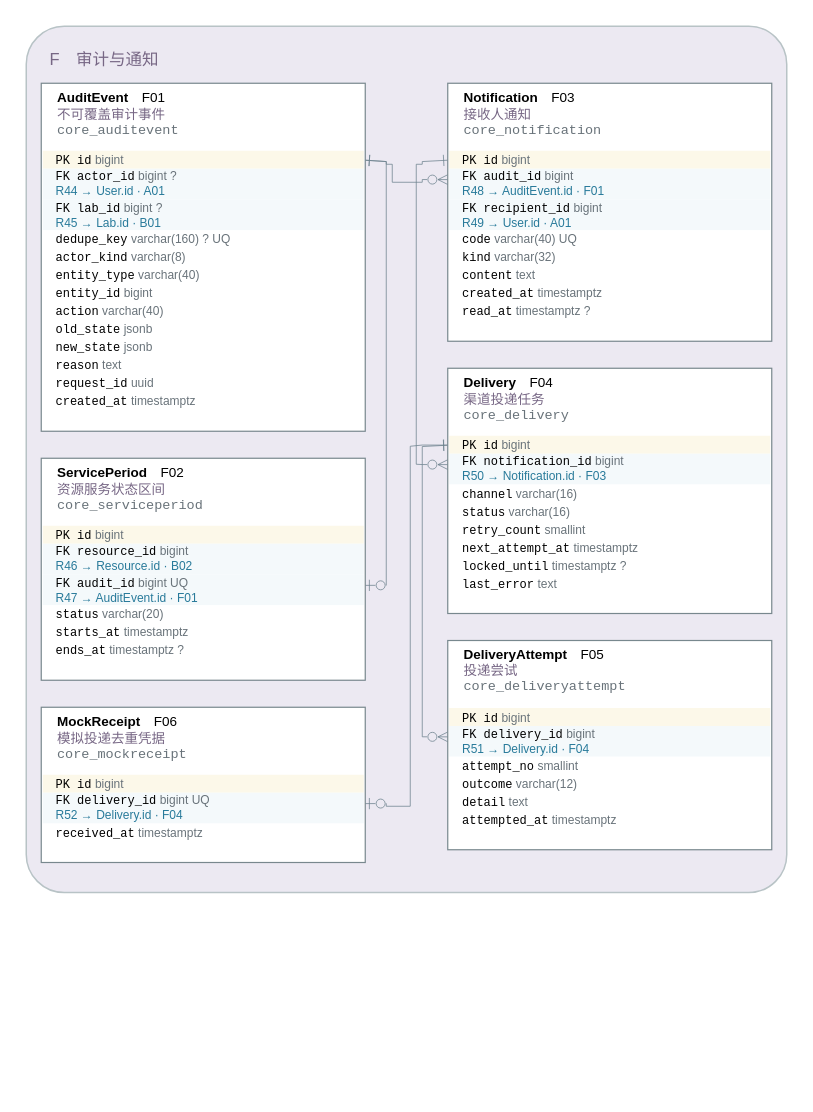
Above: models/图形源文件/图D-7-审计与通知ERD.drawio in yvming67-gif/campus-lab-equipment-manager (draw.io), before the change. Source tidied: cells renumbered, new cells numbered last; positions are measured from the earlier drawing's top-left corner, leaving out a move shared by most shapes. Both pictures are drawn from the tidied source at 150%, with x=0, y=0 at pixel (26, 26).
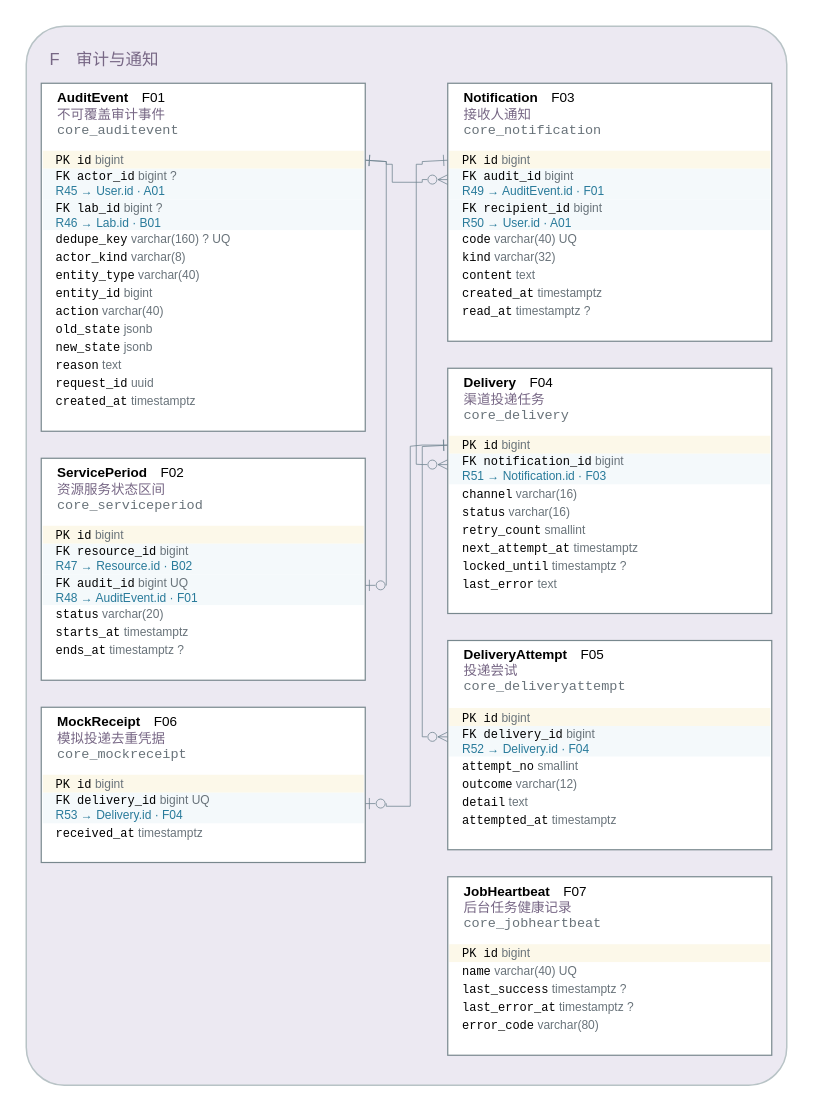
Above is the later version.

The change refers to these unchanged cells:
```xml
<mxCell id="6" style="rounded=0;fillColor=#ffffff;strokeColor=#78888e;strokeWidth=0.8;" parent="3" vertex="1">
  <mxGeometry x="10" y="38" width="216" height="232" as="geometry" />
</mxCell>
<mxCell id="8" value="&lt;font face='Consolas'&gt;PK id&lt;/font&gt; &lt;font color='#69737a'&gt;bigint&lt;/font&gt;" style="text;html=1;whiteSpace=wrap;fillColor=#fcf8e9;strokeColor=none;align=left;verticalAlign=middle;spacingLeft=7;fontSize=8;fontFamily=Microsoft YaHei;" parent="6" vertex="1">
  <mxGeometry x="1" y="45" width="214" height="12" as="geometry" />
</mxCell>
<mxCell id="21" style="rounded=0;fillColor=#ffffff;strokeColor=#78888e;strokeWidth=0.8;" parent="3" vertex="1">
  <mxGeometry x="10" y="288" width="216" height="148" as="geometry" />
</mxCell>
<mxCell id="29" style="rounded=0;fillColor=#ffffff;strokeColor=#78888e;strokeWidth=0.8;" parent="3" vertex="1">
  <mxGeometry x="10" y="454" width="216" height="103.5" as="geometry" />
</mxCell>
<mxCell id="34" style="rounded=0;fillColor=#ffffff;strokeColor=#78888e;strokeWidth=0.8;" parent="3" vertex="1">
  <mxGeometry x="281" y="38" width="216" height="172" as="geometry" />
</mxCell>
<mxCell id="36" value="&lt;font face='Consolas'&gt;PK id&lt;/font&gt; &lt;font color='#69737a'&gt;bigint&lt;/font&gt;" style="text;html=1;whiteSpace=wrap;fillColor=#fcf8e9;strokeColor=none;align=left;verticalAlign=middle;spacingLeft=7;fontSize=8;fontFamily=Microsoft YaHei;" parent="34" vertex="1">
  <mxGeometry x="1" y="45" width="214" height="12" as="geometry" />
</mxCell>
<mxCell id="44" style="rounded=0;fillColor=#ffffff;strokeColor=#78888e;strokeWidth=0.8;" parent="3" vertex="1">
  <mxGeometry x="281" y="228" width="216" height="163.5" as="geometry" />
</mxCell>
<mxCell id="46" value="&lt;font face='Consolas'&gt;PK id&lt;/font&gt; &lt;font color='#69737a'&gt;bigint&lt;/font&gt;" style="text;html=1;whiteSpace=wrap;fillColor=#fcf8e9;strokeColor=none;align=left;verticalAlign=middle;spacingLeft=7;fontSize=8;fontFamily=Microsoft YaHei;" parent="44" vertex="1">
  <mxGeometry x="1" y="45" width="214" height="12" as="geometry" />
</mxCell>
<mxCell id="54" style="rounded=0;fillColor=#ffffff;strokeColor=#78888e;strokeWidth=0.8;" parent="3" vertex="1">
  <mxGeometry x="281" y="409.5" width="216" height="139.5" as="geometry" />
</mxCell>
```

Change to the diagram source:
```diff
@@
     <mxCell id="5" value="F　审计与通知" style="rounded=1;arcSize=5;whiteSpace=wrap;html=1;fillColor=#ece9f2;strokeColor=#b8c3c6;align=left;verticalAlign=top;spacingTop=9;spacingLeft=14;fontFamily=Microsoft YaHei;fontSize=11;fontColor=#776785;dashed=0;" parent="1" vertex="1">
-      <mxGeometry width="507" height="577.5" as="geometry" />
+      <mxGeometry width="507" height="706" as="geometry" />
     </mxCell>
@@
-    <mxCell id="9" value="&lt;font face='Consolas'&gt;FK actor_id&lt;/font&gt; &lt;font color='#69737a'&gt;bigint ?&lt;/font&gt;&lt;br/&gt;&lt;font color='#287a9a'&gt;R44 → User.id · A01&lt;/font&gt;" style="text;html=1;whiteSpace=wrap;fillColor=#f4f9fb;strokeColor=none;align=left;verticalAlign=middle;spacingLeft=7;fontSize=8;fontFamily=Microsoft YaHei;" parent="6" vertex="1">
+    <mxCell id="9" value="&lt;font face='Consolas'&gt;FK actor_id&lt;/font&gt; &lt;font color='#69737a'&gt;bigint ?&lt;/font&gt;&lt;br/&gt;&lt;font color='#287a9a'&gt;R45 → User.id · A01&lt;/font&gt;" style="text;html=1;whiteSpace=wrap;fillColor=#f4f9fb;strokeColor=none;align=left;verticalAlign=middle;spacingLeft=7;fontSize=8;fontFamily=Microsoft YaHei;" parent="6" vertex="1">
       <mxGeometry x="1" y="57" width="214" height="20.5" as="geometry" />
     </mxCell>
-    <mxCell id="10" value="&lt;font face='Consolas'&gt;FK lab_id&lt;/font&gt; &lt;font color='#69737a'&gt;bigint ?&lt;/font&gt;&lt;br/&gt;&lt;font color='#287a9a'&gt;R45 → Lab.id · B01&lt;/font&gt;" style="text;html=1;whiteSpace=wrap;fillColor=#f4f9fb;strokeColor=none;align=left;verticalAlign=middle;spacingLeft=7;fontSize=8;fontFamily=Microsoft YaHei;" parent="6" vertex="1">
+    <mxCell id="10" value="&lt;font face='Consolas'&gt;FK lab_id&lt;/font&gt; &lt;font color='#69737a'&gt;bigint ?&lt;/font&gt;&lt;br/&gt;&lt;font color='#287a9a'&gt;R46 → Lab.id · B01&lt;/font&gt;" style="text;html=1;whiteSpace=wrap;fillColor=#f4f9fb;strokeColor=none;align=left;verticalAlign=middle;spacingLeft=7;fontSize=8;fontFamily=Microsoft YaHei;" parent="6" vertex="1">
       <mxGeometry x="1" y="77.5" width="214" height="20.5" as="geometry" />
     </mxCell>
@@
-    <mxCell id="24" value="&lt;font face='Consolas'&gt;FK resource_id&lt;/font&gt; &lt;font color='#69737a'&gt;bigint&lt;/font&gt;&lt;br/&gt;&lt;font color='#287a9a'&gt;R46 → Resource.id · B02&lt;/font&gt;" style="text;html=1;whiteSpace=wrap;fillColor=#f4f9fb;strokeColor=none;align=left;verticalAlign=middle;spacingLeft=7;fontSize=8;fontFamily=Microsoft YaHei;" parent="21" vertex="1">
+    <mxCell id="24" value="&lt;font face='Consolas'&gt;FK resource_id&lt;/font&gt; &lt;font color='#69737a'&gt;bigint&lt;/font&gt;&lt;br/&gt;&lt;font color='#287a9a'&gt;R47 → Resource.id · B02&lt;/font&gt;" style="text;html=1;whiteSpace=wrap;fillColor=#f4f9fb;strokeColor=none;align=left;verticalAlign=middle;spacingLeft=7;fontSize=8;fontFamily=Microsoft YaHei;" parent="21" vertex="1">
       <mxGeometry x="1" y="57" width="214" height="20.5" as="geometry" />
     </mxCell>
-    <mxCell id="25" value="&lt;font face='Consolas'&gt;FK audit_id&lt;/font&gt; &lt;font color='#69737a'&gt;bigint UQ&lt;/font&gt;&lt;br/&gt;&lt;font color='#287a9a'&gt;R47 → AuditEvent.id · F01&lt;/font&gt;" style="text;html=1;whiteSpace=wrap;fillColor=#f4f9fb;strokeColor=none;align=left;verticalAlign=middle;spacingLeft=7;fontSize=8;fontFamily=Microsoft YaHei;" parent="21" vertex="1">
+    <mxCell id="25" value="&lt;font face='Consolas'&gt;FK audit_id&lt;/font&gt; &lt;font color='#69737a'&gt;bigint UQ&lt;/font&gt;&lt;br/&gt;&lt;font color='#287a9a'&gt;R48 → AuditEvent.id · F01&lt;/font&gt;" style="text;html=1;whiteSpace=wrap;fillColor=#f4f9fb;strokeColor=none;align=left;verticalAlign=middle;spacingLeft=7;fontSize=8;fontFamily=Microsoft YaHei;" parent="21" vertex="1">
       <mxGeometry x="1" y="77.5" width="214" height="20.5" as="geometry" />
     </mxCell>
@@
-    <mxCell id="32" value="&lt;font face='Consolas'&gt;FK delivery_id&lt;/font&gt; &lt;font color='#69737a'&gt;bigint UQ&lt;/font&gt;&lt;br/&gt;&lt;font color='#287a9a'&gt;R52 → Delivery.id · F04&lt;/font&gt;" style="text;html=1;whiteSpace=wrap;fillColor=#f4f9fb;strokeColor=none;align=left;verticalAlign=middle;spacingLeft=7;fontSize=8;fontFamily=Microsoft YaHei;" parent="29" vertex="1">
+    <mxCell id="32" value="&lt;font face='Consolas'&gt;FK delivery_id&lt;/font&gt; &lt;font color='#69737a'&gt;bigint UQ&lt;/font&gt;&lt;br/&gt;&lt;font color='#287a9a'&gt;R53 → Delivery.id · F04&lt;/font&gt;" style="text;html=1;whiteSpace=wrap;fillColor=#f4f9fb;strokeColor=none;align=left;verticalAlign=middle;spacingLeft=7;fontSize=8;fontFamily=Microsoft YaHei;" parent="29" vertex="1">
       <mxGeometry x="1" y="57" width="214" height="20.5" as="geometry" />
     </mxCell>
@@
-    <mxCell id="37" value="&lt;font face='Consolas'&gt;FK audit_id&lt;/font&gt; &lt;font color='#69737a'&gt;bigint&lt;/font&gt;&lt;br/&gt;&lt;font color='#287a9a'&gt;R48 → AuditEvent.id · F01&lt;/font&gt;" style="text;html=1;whiteSpace=wrap;fillColor=#f4f9fb;strokeColor=none;align=left;verticalAlign=middle;spacingLeft=7;fontSize=8;fontFamily=Microsoft YaHei;" parent="34" vertex="1">
+    <mxCell id="37" value="&lt;font face='Consolas'&gt;FK audit_id&lt;/font&gt; &lt;font color='#69737a'&gt;bigint&lt;/font&gt;&lt;br/&gt;&lt;font color='#287a9a'&gt;R49 → AuditEvent.id · F01&lt;/font&gt;" style="text;html=1;whiteSpace=wrap;fillColor=#f4f9fb;strokeColor=none;align=left;verticalAlign=middle;spacingLeft=7;fontSize=8;fontFamily=Microsoft YaHei;" parent="34" vertex="1">
       <mxGeometry x="1" y="57" width="214" height="20.5" as="geometry" />
     </mxCell>
-    <mxCell id="38" value="&lt;font face='Consolas'&gt;FK recipient_id&lt;/font&gt; &lt;font color='#69737a'&gt;bigint&lt;/font&gt;&lt;br/&gt;&lt;font color='#287a9a'&gt;R49 → User.id · A01&lt;/font&gt;" style="text;html=1;whiteSpace=wrap;fillColor=#f4f9fb;strokeColor=none;align=left;verticalAlign=middle;spacingLeft=7;fontSize=8;fontFamily=Microsoft YaHei;" parent="34" vertex="1">
+    <mxCell id="38" value="&lt;font face='Consolas'&gt;FK recipient_id&lt;/font&gt; &lt;font color='#69737a'&gt;bigint&lt;/font&gt;&lt;br/&gt;&lt;font color='#287a9a'&gt;R50 → User.id · A01&lt;/font&gt;" style="text;html=1;whiteSpace=wrap;fillColor=#f4f9fb;strokeColor=none;align=left;verticalAlign=middle;spacingLeft=7;fontSize=8;fontFamily=Microsoft YaHei;" parent="34" vertex="1">
       <mxGeometry x="1" y="77.5" width="214" height="20.5" as="geometry" />
     </mxCell>
@@
-    <mxCell id="47" value="&lt;font face='Consolas'&gt;FK notification_id&lt;/font&gt; &lt;font color='#69737a'&gt;bigint&lt;/font&gt;&lt;br/&gt;&lt;font color='#287a9a'&gt;R50 → Notification.id · F03&lt;/font&gt;" style="text;html=1;whiteSpace=wrap;fillColor=#f4f9fb;strokeColor=none;align=left;verticalAlign=middle;spacingLeft=7;fontSize=8;fontFamily=Microsoft YaHei;" parent="44" vertex="1">
+    <mxCell id="47" value="&lt;font face='Consolas'&gt;FK notification_id&lt;/font&gt; &lt;font color='#69737a'&gt;bigint&lt;/font&gt;&lt;br/&gt;&lt;font color='#287a9a'&gt;R51 → Notification.id · F03&lt;/font&gt;" style="text;html=1;whiteSpace=wrap;fillColor=#f4f9fb;strokeColor=none;align=left;verticalAlign=middle;spacingLeft=7;fontSize=8;fontFamily=Microsoft YaHei;" parent="44" vertex="1">
       <mxGeometry x="1" y="57" width="214" height="20.5" as="geometry" />
     </mxCell>
@@
-    <mxCell id="57" value="&lt;font face='Consolas'&gt;FK delivery_id&lt;/font&gt; &lt;font color='#69737a'&gt;bigint&lt;/font&gt;&lt;br/&gt;&lt;font color='#287a9a'&gt;R51 → Delivery.id · F04&lt;/font&gt;" style="text;html=1;whiteSpace=wrap;fillColor=#f4f9fb;strokeColor=none;align=left;verticalAlign=middle;spacingLeft=7;fontSize=8;fontFamily=Microsoft YaHei;" parent="54" vertex="1">
+    <mxCell id="57" value="&lt;font face='Consolas'&gt;FK delivery_id&lt;/font&gt; &lt;font color='#69737a'&gt;bigint&lt;/font&gt;&lt;br/&gt;&lt;font color='#287a9a'&gt;R52 → Delivery.id · F04&lt;/font&gt;" style="text;html=1;whiteSpace=wrap;fillColor=#f4f9fb;strokeColor=none;align=left;verticalAlign=middle;spacingLeft=7;fontSize=8;fontFamily=Microsoft YaHei;" parent="54" vertex="1">
       <mxGeometry x="1" y="57" width="214" height="20.5" as="geometry" />
     </mxCell>
@@
+    <mxCell id="67" style="rounded=0;fillColor=#ffffff;strokeColor=#78888e;strokeWidth=0.8;" parent="3" vertex="1">
+      <mxGeometry x="281" y="567" width="216" height="119" as="geometry" />
+    </mxCell>
+    <mxCell id="68" value="&lt;b&gt;JobHeartbeat&lt;/b&gt;　F07&lt;br/&gt;&lt;font color='#776785'&gt;后台任务健康记录&lt;/font&gt;&lt;br/&gt;&lt;font color='#69737a' face='Consolas'&gt;core_jobheartbeat&lt;/font&gt;" style="text;html=1;whiteSpace=wrap;fillColor=none;strokeColor=none;align=left;verticalAlign=middle;spacingLeft=9;fontSize=9;fontFamily=Microsoft YaHei;" parent="67" vertex="1">
+      <mxGeometry width="216" height="41" as="geometry" />
+    </mxCell>
+    <mxCell id="69" value="&lt;font face='Consolas'&gt;PK id&lt;/font&gt; &lt;font color='#69737a'&gt;bigint&lt;/font&gt;" style="text;html=1;whiteSpace=wrap;fillColor=#fcf8e9;strokeColor=none;align=left;verticalAlign=middle;spacingLeft=7;fontSize=8;fontFamily=Microsoft YaHei;" parent="67" vertex="1">
+      <mxGeometry x="1" y="45" width="214" height="12" as="geometry" />
+    </mxCell>
+    <mxCell id="70" value="&lt;font face='Consolas'&gt;name&lt;/font&gt; &lt;font color='#69737a'&gt;varchar(40) UQ&lt;/font&gt;" style="text;html=1;whiteSpace=wrap;fillColor=#ffffff;strokeColor=none;align=left;verticalAlign=middle;spacingLeft=7;fontSize=8;fontFamily=Microsoft YaHei;" parent="67" vertex="1">
+      <mxGeometry x="1" y="57" width="214" height="12" as="geometry" />
+    </mxCell>
+    <mxCell id="71" value="&lt;font face='Consolas'&gt;last_success&lt;/font&gt; &lt;font color='#69737a'&gt;timestamptz ?&lt;/font&gt;" style="text;html=1;whiteSpace=wrap;fillColor=#ffffff;strokeColor=none;align=left;verticalAlign=middle;spacingLeft=7;fontSize=8;fontFamily=Microsoft YaHei;" parent="67" vertex="1">
+      <mxGeometry x="1" y="69" width="214" height="12" as="geometry" />
+    </mxCell>
+    <mxCell id="72" value="&lt;font face='Consolas'&gt;last_error_at&lt;/font&gt; &lt;font color='#69737a'&gt;timestamptz ?&lt;/font&gt;" style="text;html=1;whiteSpace=wrap;fillColor=#ffffff;strokeColor=none;align=left;verticalAlign=middle;spacingLeft=7;fontSize=8;fontFamily=Microsoft YaHei;" parent="67" vertex="1">
+      <mxGeometry x="1" y="81" width="214" height="12" as="geometry" />
+    </mxCell>
+    <mxCell id="73" value="&lt;font face='Consolas'&gt;error_code&lt;/font&gt; &lt;font color='#69737a'&gt;varchar(80)&lt;/font&gt;" style="text;html=1;whiteSpace=wrap;fillColor=#ffffff;strokeColor=none;align=left;verticalAlign=middle;spacingLeft=7;fontSize=8;fontFamily=Microsoft YaHei;" parent="67" vertex="1">
+      <mxGeometry x="1" y="93" width="214" height="12" as="geometry" />
+    </mxCell>
+    <mxCell id="66" style="edgeStyle=orthogonalEdgeStyle;rounded=0;html=1;strokeWidth=0.5;strokeColor=#6b818c;startArrow=ERzeroToMany;endArrow=ERone;startFill=0;endFill=0;exitX=0;exitY=0.3531707317073171;exitDx=0;exitDy=0;entryX=0;entryY=0.52;entryDx=0;entryDy=0;dashed=0;" parent="2" edge="1" source="57" target="46">
+      <mxGeometry relative="1" as="geometry">
+        <Array as="points">
+          <mxPoint x="264" y="473.7" />
+          <mxPoint x="264" y="280.2" />
+        </Array>
+      </mxGeometry>
+    </mxCell>
-    <mxCell id="62" style="edgeStyle=orthogonalEdgeStyle;rounded=0;html=1;strokeWidth=0.5;strokeColor=#6b818c;startArrow=ERzeroToMany;endArrow=ERone;startFill=0;endFill=0;exitX=0;exitY=0.3531707317073171;exitDx=0;exitDy=0;entryX=0;entryY=0.52;entryDx=0;entryDy=0;dashed=0;" parent="2" edge="1" source="57" target="46">
+    <mxCell id="62" style="edgeStyle=orthogonalEdgeStyle;rounded=0;html=1;strokeWidth=0.5;strokeColor=#6b818c;startArrow=ERzeroToMany;endArrow=ERone;startFill=0;endFill=0;exitX=0;exitY=0.3531707317073171;exitDx=0;exitDy=0;entryX=0;entryY=0.52;entryDx=0;entryDy=0;dashed=0;" parent="2" edge="1" source="47" target="36">
       <mxGeometry relative="1" as="geometry">
         <Array as="points">
-          <mxPoint x="264" y="473.7" />
-          <mxPoint x="264" y="280.2" />
+          <mxPoint x="264" y="292.2" />
+          <mxPoint x="264" y="292" />
+          <mxPoint x="260" y="292" />
+          <mxPoint x="260" y="92" />
+          <mxPoint x="264" y="92" />
+          <mxPoint x="264" y="90.2" />
         </Array>
       </mxGeometry>
     </mxCell>
-    <mxCell id="63" style="edgeStyle=orthogonalEdgeStyle;rounded=0;html=1;strokeWidth=0.5;strokeColor=#6b818c;startArrow=ERzeroToMany;endArrow=ERone;startFill=0;endFill=0;exitX=0;exitY=0.3531707317073171;exitDx=0;exitDy=0;entryX=0;entryY=0.52;entryDx=0;entryDy=0;dashed=0;" parent="2" edge="1" source="47" target="36">
-      <mxGeometry relative="1" as="geometry">
-        <Array as="points">
-          <mxPoint x="264" y="292.2" />
-          <mxPoint x="264" y="292" />
-          <mxPoint x="260" y="292" />
-          <mxPoint x="260" y="92" />
-          <mxPoint x="264" y="92" />
-          <mxPoint x="264" y="90.2" />
-        </Array>
-      </mxGeometry>
-    </mxCell>
-    <mxCell id="64" style="edgeStyle=orthogonalEdgeStyle;rounded=0;html=1;strokeWidth=0.5;strokeColor=#6b818c;startArrow=ERzeroToOne;endArrow=ERone;startFill=0;endFill=0;exitX=1;exitY=0.3531707317073171;exitDx=0;exitDy=0;entryX=1;entryY=0.52;entryDx=0;entryDy=0;dashed=0;" parent="2" edge="1" source="25" target="8">
-      <mxGeometry relative="1" as="geometry">
-        <Array as="points">
-          <mxPoint x="240" y="372.7" />
-          <mxPoint x="240" y="90.2" />
-        </Array>
-      </mxGeometry>
-    </mxCell>
-    <mxCell id="65" style="edgeStyle=orthogonalEdgeStyle;rounded=0;html=1;strokeWidth=0.5;strokeColor=#6b818c;startArrow=ERzeroToMany;endArrow=ERone;startFill=0;endFill=0;exitX=0;exitY=0.3531707317073171;exitDx=0;exitDy=0;entryX=1;entryY=0.52;entryDx=0;entryDy=0;dashed=0;" parent="2" edge="1" source="37" target="8">
+    <mxCell id="65" style="edgeStyle=orthogonalEdgeStyle;rounded=0;html=1;strokeWidth=0.5;strokeColor=#6b818c;startArrow=ERzeroToOne;endArrow=ERone;startFill=0;endFill=0;exitX=1;exitY=0.3531707317073171;exitDx=0;exitDy=0;entryX=1;entryY=0.52;entryDx=0;entryDy=0;dashed=0;" parent="2" edge="1" source="25" target="8">
       <mxGeometry relative="1" as="geometry">
         <Array as="points">
-          <mxPoint x="264" y="102.2" />
-          <mxPoint x="264" y="104" />
-          <mxPoint x="244" y="104" />
-          <mxPoint x="244" y="92" />
-          <mxPoint x="240" y="92" />
+          <mxPoint x="240" y="372.7" />
           <mxPoint x="240" y="90.2" />
         </Array>
       </mxGeometry>
     </mxCell>
-    <mxCell id="66" style="edgeStyle=orthogonalEdgeStyle;rounded=0;html=1;strokeWidth=0.5;strokeColor=#6b818c;startArrow=ERzeroToOne;endArrow=ERone;startFill=0;endFill=0;exitX=1;exitY=0.3531707317073171;exitDx=0;exitDy=0;entryX=0;entryY=0.52;entryDx=0;entryDy=0;dashed=0;" parent="2" edge="1" source="32" target="46">
-      <mxGeometry relative="1" as="geometry">
-        <Array as="points">
-          <mxPoint x="240" y="518.2" />
-          <mxPoint x="240" y="520" />
-          <mxPoint x="256" y="520" />
-          <mxPoint x="256" y="280" />
-          <mxPoint x="264" y="280" />
-          <mxPoint x="264" y="280.2" />
-        </Array>
-      </mxGeometry>
-    </mxCell>
+    <mxCell id="74" style="edgeStyle=orthogonalEdgeStyle;rounded=0;html=1;strokeWidth=0.5;strokeColor=#6b818c;startArrow=ERzeroToMany;endArrow=ERone;startFill=0;endFill=0;exitX=0;exitY=0.3531707317073171;exitDx=0;exitDy=0;entryX=1;entryY=0.52;entryDx=0;entryDy=0;dashed=0;" parent="2" edge="1" source="37" target="8">
+      <mxGeometry relative="1" as="geometry">
+        <Array as="points">
+          <mxPoint x="264" y="102.2" />
+          <mxPoint x="264" y="104" />
+          <mxPoint x="244" y="104" />
+          <mxPoint x="244" y="92" />
+          <mxPoint x="240" y="92" />
+          <mxPoint x="240" y="90.2" />
+        </Array>
+      </mxGeometry>
+    </mxCell>
+    <mxCell id="75" style="edgeStyle=orthogonalEdgeStyle;rounded=0;html=1;strokeWidth=0.5;strokeColor=#6b818c;startArrow=ERzeroToOne;endArrow=ERone;startFill=0;endFill=0;exitX=1;exitY=0.3531707317073171;exitDx=0;exitDy=0;entryX=0;entryY=0.52;entryDx=0;entryDy=0;dashed=0;" parent="2" edge="1" source="32" target="46">
+      <mxGeometry relative="1" as="geometry">
+        <Array as="points">
+          <mxPoint x="240" y="518.2" />
+          <mxPoint x="240" y="520" />
+          <mxPoint x="256" y="520" />
+          <mxPoint x="256" y="280" />
+          <mxPoint x="264" y="280" />
+          <mxPoint x="264" y="280.2" />
+        </Array>
+      </mxGeometry>
+    </mxCell>
```
